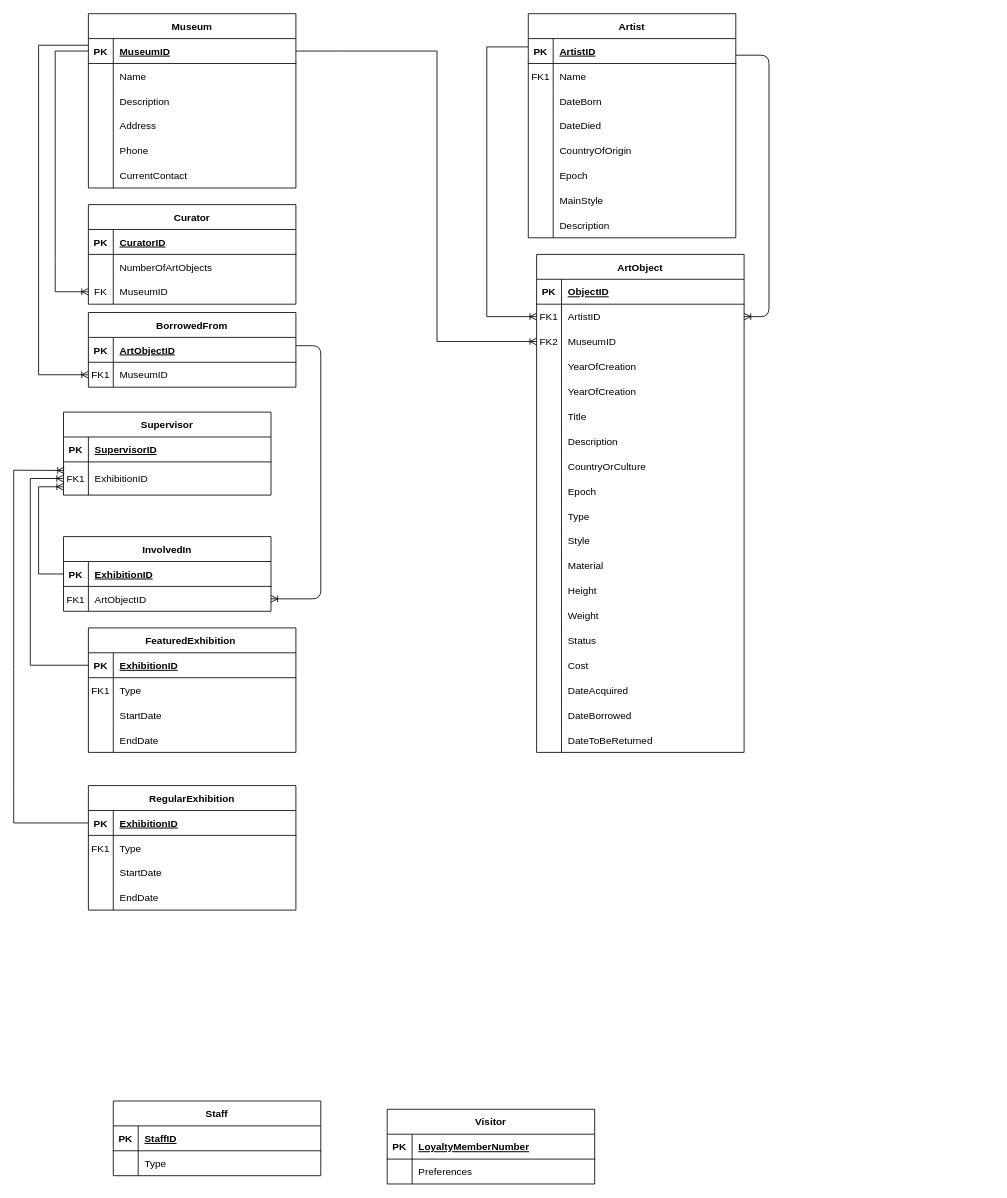
QingyangZeng-121/dat keeps this draw.io diagram as 未命名绘图.drawio. Above is the earlier version. Source tidied: cells renumbered, new cells numbered last; positions are measured from the earlier drawing's top-left corner, leaving out a move shared by most shapes. Both pictures are drawn from the tidied source at 83%, with x=0, y=0 at pixel (13, 13).
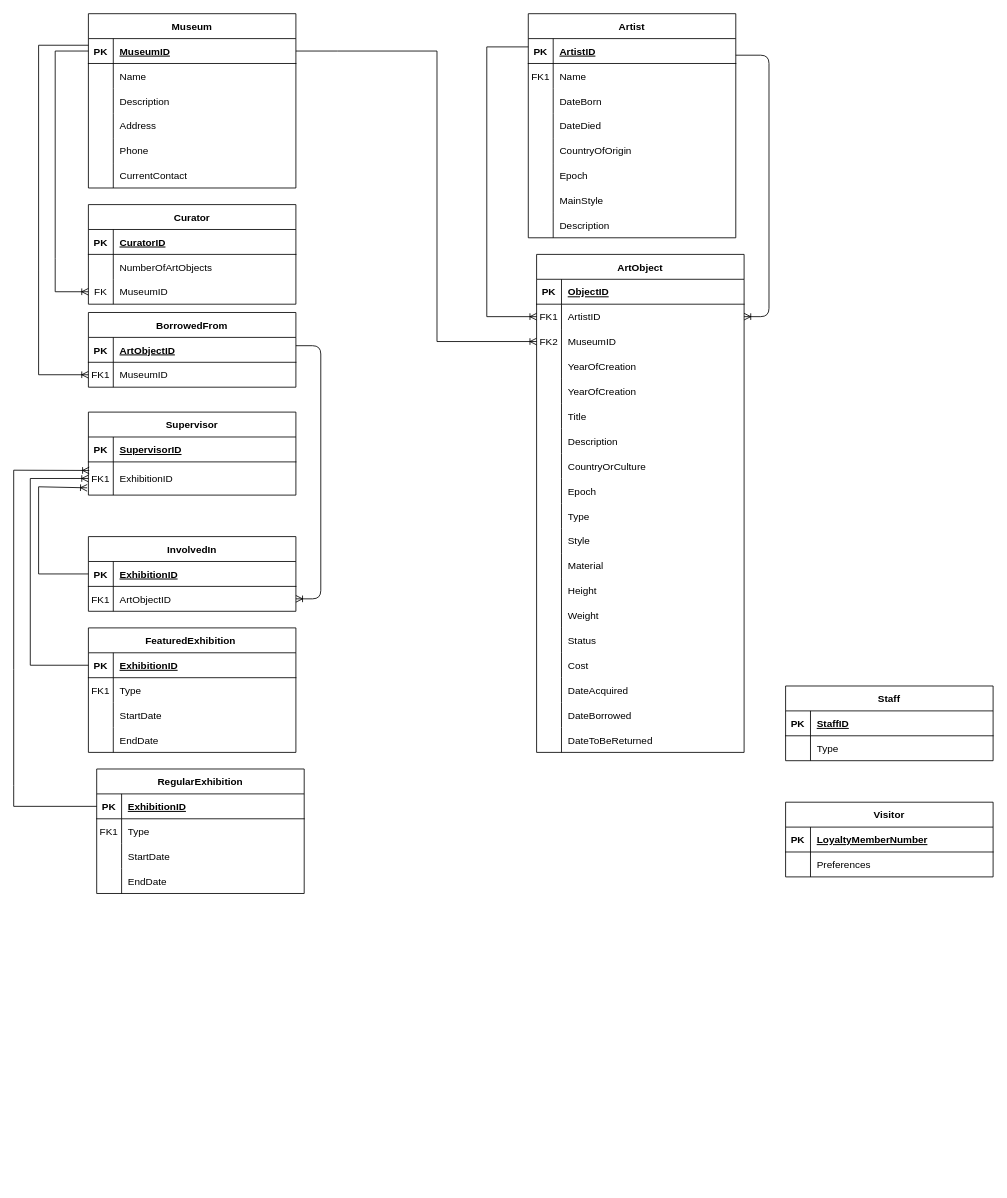
After the change.

Commit message:
更新未命名绘图.drawio

Unchanged cells that the change refers to:
```xml
<mxCell id="132" style="shape=partialRectangle;fillColor=none;points=[[0,0.5],[1,0.5]];portConstraint=eastwest;top=0;left=0;right=0;bottom=0;" parent="128" vertex="1">
  <mxGeometry y="60" width="250" height="40" as="geometry" />
</mxCell>
<mxCell id="136" style="shape=partialRectangle;fillColor=none;points=[[0,0.5],[1,0.5]];portConstraint=eastwest;top=0;left=0;right=0;bottom=1;" parent="135" vertex="1">
  <mxGeometry y="30" width="250" height="30" as="geometry" />
</mxCell>
<mxCell id="156" style="shape=partialRectangle;fillColor=none;points=[[0,0.5],[1,0.5]];portConstraint=eastwest;top=0;left=0;right=0;bottom=1;" parent="155" vertex="1">
  <mxGeometry y="30" width="250" height="30" as="geometry" />
</mxCell>
```

Diff of the diagram source:
```diff
@@
     <mxCell id="114" value="Visitor" style="shape=table;startSize=30;childLayout=tableLayout;rowLines=0;fontStyle=1;align=center;" parent="1" vertex="1">
-      <mxGeometry x="450" y="1320" width="250" height="90" as="geometry" />
+      <mxGeometry x="930" y="950" width="250" height="90" as="geometry" />
     </mxCell>
@@
     <mxCell id="121" value="Staff" style="shape=table;startSize=30;childLayout=tableLayout;rowLines=0;fontStyle=1;align=center;" parent="1" vertex="1">
-      <mxGeometry x="120" y="1310" width="250" height="90" as="geometry" />
+      <mxGeometry x="930" y="810" width="250" height="90" as="geometry" />
     </mxCell>
@@
     <mxCell id="128" value="Supervisor" style="shape=table;startSize=30;childLayout=tableLayout;rowLines=0;fontStyle=1;align=center;" parent="1" vertex="1">
-      <mxGeometry x="60" y="480" width="250" height="100" as="geometry" />
+      <mxGeometry x="90" y="480" width="250" height="100" as="geometry" />
     </mxCell>
@@
     <mxCell id="135" value="InvolvedIn" style="shape=table;startSize=30;childLayout=tableLayout;rowLines=0;fontStyle=1;align=center;" parent="1" vertex="1">
-      <mxGeometry x="60" y="630" width="250" height="90" as="geometry" />
+      <mxGeometry x="90" y="630" width="250" height="90" as="geometry" />
     </mxCell>
@@
     <mxCell id="155" value="RegularExhibition" style="shape=table;startSize=30;childLayout=tableLayout;rowLines=0;fontStyle=1;align=center;" parent="1" vertex="1">
-      <mxGeometry x="90" y="930" width="250" height="150" as="geometry" />
+      <mxGeometry x="100" y="910" width="250" height="150" as="geometry" />
     </mxCell>
@@
     <mxCell id="176" style="endArrow=ERoneToMany;html=1;rounded=0;labelBackgroundColor=default;strokeColor=default;align=center;verticalAlign=middle;fontFamily=Helvetica;fontSize=11;fontColor=default;shape=connector;entryX=0.004;entryY=0.258;entryDx=0;entryDy=0;exitX=0;exitY=0.5;exitDx=0;exitDy=0;endFill=0;entryPerimeter=0;" parent="1" edge="1" source="156" target="132">
       <mxGeometry relative="1" as="geometry">
         <Array as="points">
-          <mxPoint y="975" />
+          <mxPoint y="955" />
           <mxPoint y="930" />
           <mxPoint y="790" />
           <mxPoint y="550" />
         </Array>
       </mxGeometry>
     </mxCell>
@@
-    <mxCell id="183" style="endArrow=ERoneToMany;html=1;rounded=0;labelBackgroundColor=default;strokeColor=default;align=center;verticalAlign=middle;fontFamily=Helvetica;fontSize=11;fontColor=default;shape=connector;exitX=0;exitY=0.5;exitDx=0;exitDy=0;endFill=0;" parent="1" edge="1" source="136">
+    <mxCell id="183" style="endArrow=ERoneToMany;html=1;rounded=0;labelBackgroundColor=default;strokeColor=default;align=center;verticalAlign=middle;fontFamily=Helvetica;fontSize=11;fontColor=default;shape=connector;exitX=0;exitY=0.5;exitDx=0;exitDy=0;endFill=0;entryX=-0.006;entryY=0.781;entryDx=0;entryDy=0;entryPerimeter=0;" parent="1" edge="1" source="136" target="132">
       <mxGeometry relative="1" as="geometry">
-        <mxPoint x="60" y="570" as="targetPoint" />
         <Array as="points">
           <mxPoint x="30" y="675" />
           <mxPoint x="30" y="570" />
         </Array>
       </mxGeometry>
     </mxCell>
```
